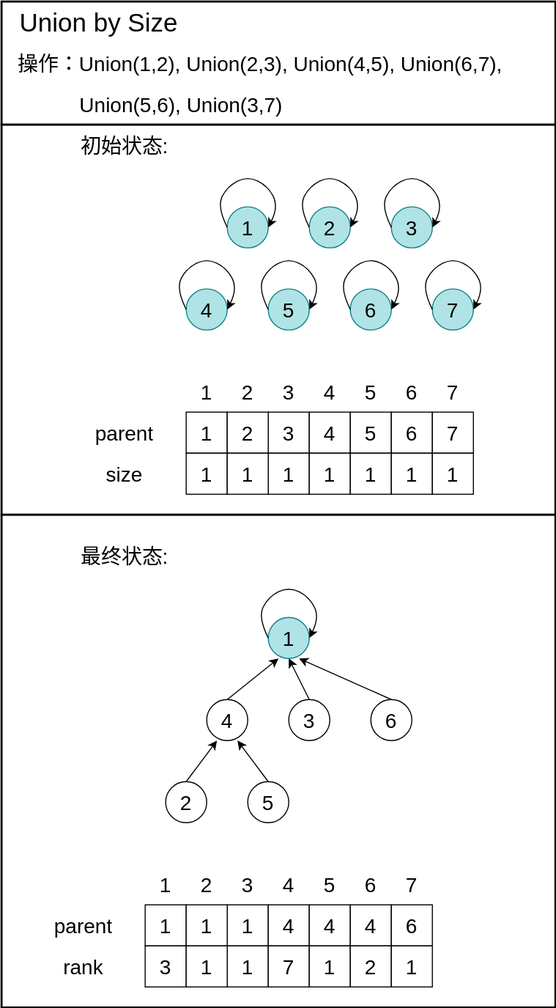
Before: Algorithms/img/DisjointSet2.svg, a diagram exported from draw.io (TBD2021/Salt-and-Computer-Science). Source tidied: cells renumbered, new cells last; positions are measured from the earlier drawing's top-left corner, leaving out a move shared by most shapes.
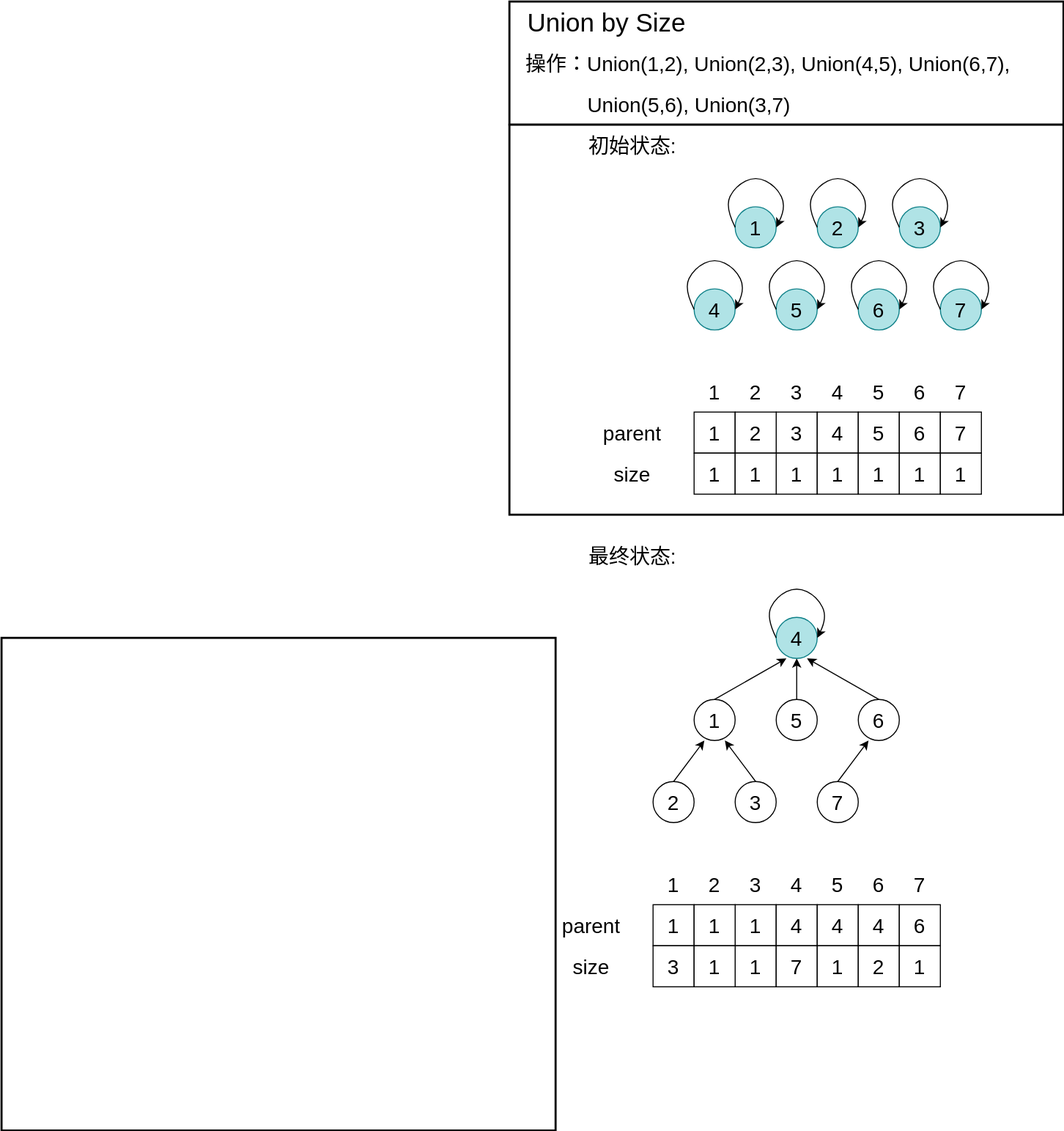
After the change.

The edit, as a diff of the source:
```diff
@@ -9,7 +9,7 @@
       <mxGeometry y="120" width="540" height="380" as="geometry" />
     </mxCell>
     <mxCell id="4" style="rounded=0;whiteSpace=wrap;html=1;strokeWidth=2;" parent="1" vertex="1">
-      <mxGeometry y="500" width="540" height="480" as="geometry" />
+      <mxGeometry x="-495" y="620" width="540" height="480" as="geometry" />
     </mxCell>
     <mxCell id="5" style="rounded=0;whiteSpace=wrap;html=1;" parent="1" vertex="1">
       <mxGeometry x="260" y="400" width="40" height="40" as="geometry" />
@@ -168,35 +168,35 @@
       </mxCell>
     </object>
     <mxCell id="41" style="ellipse;whiteSpace=wrap;html=1;" parent="1" vertex="1">
-      <mxGeometry x="160" y="760" width="40" height="40" as="geometry" />
+      <mxGeometry x="140" y="760" width="40" height="40" as="geometry" />
     </mxCell>
     <object id="42" label="&lt;font style=&quot;font-size: 20px;&quot;&gt;2&lt;/font&gt;" name="Variable" placeholders="1">
       <mxCell style="text;html=1;strokeColor=none;fillColor=none;align=center;verticalAlign=middle;whiteSpace=wrap;overflow=hidden;" parent="1" vertex="1">
-        <mxGeometry x="160" y="760" width="40" height="40" as="geometry" />
+        <mxGeometry x="140" y="760" width="40" height="40" as="geometry" />
       </mxCell>
     </object>
     <mxCell id="43" style="ellipse;whiteSpace=wrap;html=1;" parent="1" vertex="1">
-      <mxGeometry x="200" y="680" width="40" height="40" as="geometry" />
+      <mxGeometry x="180" y="680" width="40" height="40" as="geometry" />
     </mxCell>
-    <object id="44" label="&lt;font style=&quot;font-size: 20px;&quot;&gt;4&lt;/font&gt;" name="Variable" placeholders="1">
+    <object id="44" label="&lt;font style=&quot;font-size: 20px;&quot;&gt;1&lt;/font&gt;" name="Variable" placeholders="1">
       <mxCell style="text;html=1;strokeColor=none;fillColor=none;align=center;verticalAlign=middle;whiteSpace=wrap;overflow=hidden;" parent="1" vertex="1">
-        <mxGeometry x="200" y="680" width="40" height="40" as="geometry" />
+        <mxGeometry x="180" y="680" width="40" height="40" as="geometry" />
       </mxCell>
     </object>
     <mxCell id="45" style="ellipse;whiteSpace=wrap;html=1;" parent="1" vertex="1">
-      <mxGeometry x="240" y="760" width="40" height="40" as="geometry" />
+      <mxGeometry x="220" y="760" width="40" height="40" as="geometry" />
     </mxCell>
-    <object id="46" label="&lt;font style=&quot;font-size: 20px;&quot;&gt;5&lt;/font&gt;" name="Variable" placeholders="1">
+    <object id="46" label="&lt;font style=&quot;font-size: 20px;&quot;&gt;3&lt;/font&gt;" name="Variable" placeholders="1">
       <mxCell style="text;html=1;strokeColor=none;fillColor=none;align=center;verticalAlign=middle;whiteSpace=wrap;overflow=hidden;" parent="1" vertex="1">
-        <mxGeometry x="240" y="760" width="40" height="40" as="geometry" />
+        <mxGeometry x="220" y="760" width="40" height="40" as="geometry" />
       </mxCell>
     </object>
     <mxCell id="47" style="ellipse;whiteSpace=wrap;html=1;" parent="1" vertex="1">
-      <mxGeometry x="280" y="680" width="40" height="40" as="geometry" />
+      <mxGeometry x="260" y="680" width="40" height="40" as="geometry" />
     </mxCell>
-    <object id="48" label="&lt;font style=&quot;font-size: 20px;&quot;&gt;3&lt;/font&gt;" name="Variable" placeholders="1">
+    <object id="48" label="&lt;font style=&quot;font-size: 20px;&quot;&gt;5&lt;/font&gt;" name="Variable" placeholders="1">
       <mxCell style="text;html=1;strokeColor=none;fillColor=none;align=center;verticalAlign=middle;whiteSpace=wrap;overflow=hidden;" parent="1" vertex="1">
-        <mxGeometry x="280" y="680" width="40" height="40" as="geometry" />
+        <mxGeometry x="260" y="680" width="40" height="40" as="geometry" />
       </mxCell>
     </object>
     <mxCell id="49" style="endArrow=classic;html=1;rounded=0;entryX=0.25;entryY=1;entryDx=0;entryDy=0;exitX=0.5;exitY=0;exitDx=0;exitDy=0;" parent="1" edge="1" source="42" target="44">
@@ -206,11 +206,11 @@
       <mxGeometry relative="1" as="geometry" />
     </mxCell>
     <mxCell id="51" style="ellipse;whiteSpace=wrap;html=1;" parent="1" vertex="1">
-      <mxGeometry x="360" y="680" width="40" height="40" as="geometry" />
+      <mxGeometry x="340" y="680" width="40" height="40" as="geometry" />
     </mxCell>
     <object id="52" label="&lt;font style=&quot;font-size: 20px;&quot;&gt;6&lt;/font&gt;" name="Variable" placeholders="1">
       <mxCell style="text;html=1;strokeColor=none;fillColor=none;align=center;verticalAlign=middle;whiteSpace=wrap;overflow=hidden;" parent="1" vertex="1">
-        <mxGeometry x="360" y="680" width="40" height="40" as="geometry" />
+        <mxGeometry x="340" y="680" width="40" height="40" as="geometry" />
       </mxCell>
     </object>
     <mxCell id="53" style="endArrow=classic;html=1;rounded=0;entryX=0.75;entryY=1;entryDx=0;entryDy=0;exitX=0.5;exitY=0;exitDx=0;exitDy=0;" parent="1" edge="1" source="52" target="119">
@@ -318,7 +318,7 @@
         <mxGeometry x="20" y="880" width="120" height="40" as="geometry" />
       </mxCell>
     </object>
-    <object id="78" label="&lt;span style=&quot;font-size: 20px;&quot;&gt;rank&lt;/span&gt;" name="Variable" placeholders="1">
+    <object id="78" label="&lt;span style=&quot;font-size: 20px;&quot;&gt;size&lt;/span&gt;" name="Variable" placeholders="1">
       <mxCell style="text;html=1;strokeColor=none;fillColor=none;align=center;verticalAlign=middle;whiteSpace=wrap;overflow=hidden;" parent="1" vertex="1">
         <mxGeometry x="20" y="920" width="120" height="40" as="geometry" />
       </mxCell>
@@ -517,7 +517,7 @@
     <mxCell id="118" style="ellipse;whiteSpace=wrap;html=1;fillColor=#b0e3e6;strokeColor=#0e8088;" parent="117" vertex="1">
       <mxGeometry x="10" y="30" width="40" height="40" as="geometry" />
     </mxCell>
-    <object id="119" label="&lt;font style=&quot;font-size: 20px;&quot;&gt;1&lt;/font&gt;" name="Variable" placeholders="1">
+    <object id="119" label="&lt;font style=&quot;font-size: 20px;&quot;&gt;4&lt;/font&gt;" name="Variable" placeholders="1">
       <mxCell style="text;html=1;strokeColor=none;fillColor=none;align=center;verticalAlign=middle;whiteSpace=wrap;overflow=hidden;" parent="117" vertex="1">
         <mxGeometry x="10" y="30" width="40" height="40" as="geometry" />
       </mxCell>
@@ -581,5 +581,16 @@
         <mxGeometry x="420" y="440" width="40" height="40" as="geometry" />
       </mxCell>
     </object>
+    <mxCell id="131" style="ellipse;whiteSpace=wrap;html=1;" parent="1" vertex="1">
+      <mxGeometry x="300" y="760" width="40" height="40" as="geometry" />
+    </mxCell>
+    <object id="132" label="&lt;font style=&quot;font-size: 20px;&quot;&gt;7&lt;/font&gt;" name="Variable" placeholders="1">
+      <mxCell style="text;html=1;strokeColor=none;fillColor=none;align=center;verticalAlign=middle;whiteSpace=wrap;overflow=hidden;" parent="1" vertex="1">
+        <mxGeometry x="300" y="760" width="40" height="40" as="geometry" />
+      </mxCell>
+    </object>
+    <mxCell id="133" style="endArrow=classic;html=1;rounded=0;exitX=0.5;exitY=0;exitDx=0;exitDy=0;entryX=0.25;entryY=1;entryDx=0;entryDy=0;" parent="1" edge="1" source="132" target="52">
+      <mxGeometry relative="1" as="geometry" />
+    </mxCell>
   </root>
 </mxGraphModel>
```
